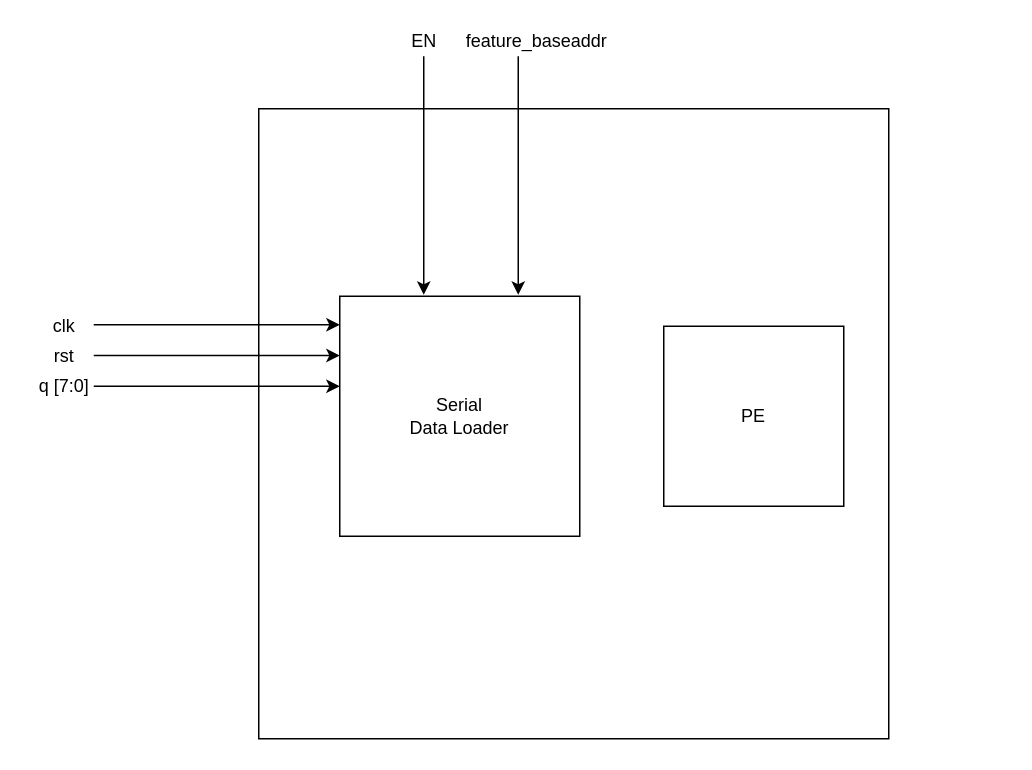
This is Untitled Diagram.drawio from sg05060/Test, a draw.io file, before an edit. Source tidied: cells renumbered, new cells numbered last; positions are measured from the earlier drawing's top-left corner, leaving out a move shared by most shapes. Both pictures are drawn from the tidied source at 150%, with x=0, y=0 at pixel (26, 26).
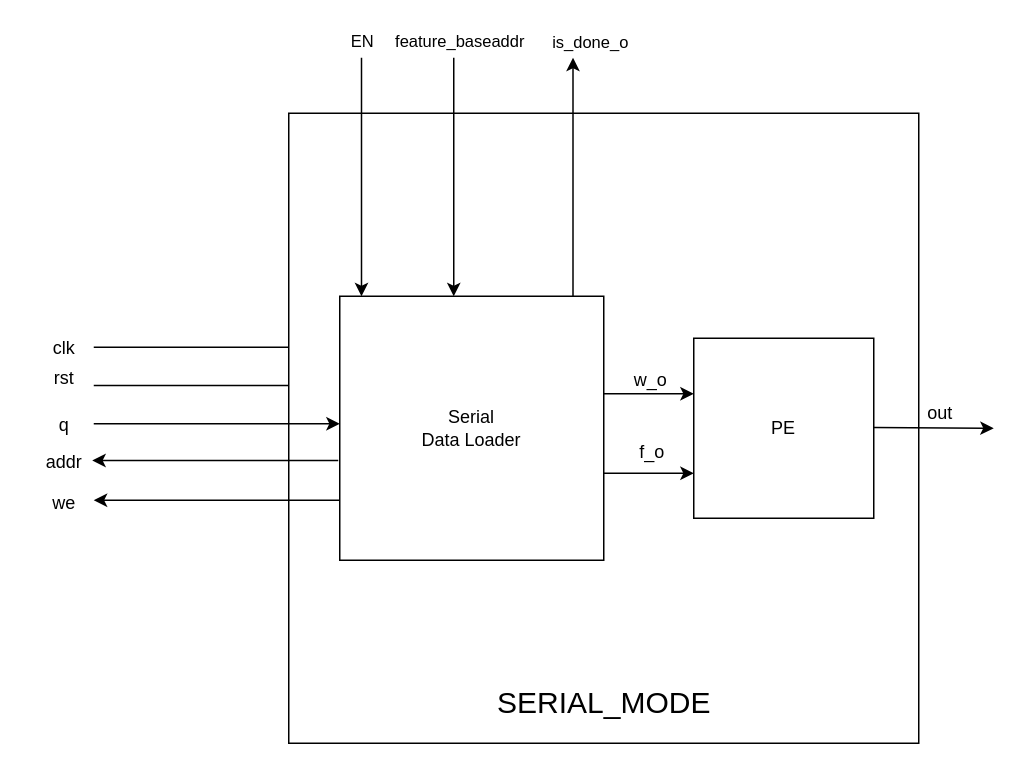
Above is the later version.

Diff of the diagram source:
```diff
@@
+    <mxCell id="11" style="endArrow=classic;html=1;rounded=0;fontSize=12;entryX=0;entryY=0.825;entryDx=0;entryDy=0;entryPerimeter=0;" parent="1" edge="1">
+      <mxGeometry relative="1" as="geometry">
+        <mxPoint x="45" y="239.5" as="sourcePoint" />
+        <mxPoint x="209" y="239.5" as="targetPoint" />
+      </mxGeometry>
+    </mxCell>
+    <mxCell id="10" style="endArrow=classic;html=1;rounded=0;fontSize=12;entryX=0;entryY=0.825;entryDx=0;entryDy=0;entryPerimeter=0;" parent="1" edge="1">
+      <mxGeometry relative="1" as="geometry">
+        <mxPoint x="45" y="214" as="sourcePoint" />
+        <mxPoint x="209" y="214" as="targetPoint" />
+      </mxGeometry>
+    </mxCell>
     <mxCell id="2" style="whiteSpace=wrap;html=1;" parent="1" vertex="1">
-      <mxGeometry x="155" y="55" width="420" height="420" as="geometry" />
+      <mxGeometry x="175" y="58" width="420" height="420" as="geometry" />
     </mxCell>
     <mxCell id="3" value="PE" style="whiteSpace=wrap;html=1;" parent="1" vertex="1">
-      <mxGeometry x="425" y="200" width="120" height="120" as="geometry" />
+      <mxGeometry x="445" y="208" width="120" height="120" as="geometry" />
     </mxCell>
     <mxCell id="4" value="Serial&lt;br&gt;Data Loader" style="whiteSpace=wrap;html=1;" parent="1" vertex="1">
-      <mxGeometry x="209" y="180" width="160" height="160" as="geometry" />
+      <mxGeometry x="209" y="180" width="176" height="176" as="geometry" />
     </mxCell>
-    <mxCell id="5" style="endArrow=classic;html=1;rounded=0;fontSize=12;entryX=0.35;entryY=-0.006;entryDx=0;entryDy=0;entryPerimeter=0;" parent="1" edge="1" target="4">
+    <mxCell id="5" style="endArrow=classic;html=1;rounded=0;fontSize=12;entryX=0.35;entryY=-0.006;entryDx=0;entryDy=0;entryPerimeter=0;" parent="1" edge="1">
       <mxGeometry relative="1" as="geometry">
-        <mxPoint x="265" y="20" as="sourcePoint" />
+        <mxPoint x="223.5" y="21" as="sourcePoint" />
+        <mxPoint x="223.5" y="180" as="targetPoint" />
       </mxGeometry>
     </mxCell>
     <mxCell id="6" style="endArrow=classic;html=1;rounded=0;fontSize=12;entryX=0;entryY=0.825;entryDx=0;entryDy=0;entryPerimeter=0;" parent="1" edge="1">
       <mxGeometry relative="1" as="geometry">
-        <mxPoint x="45" y="240" as="sourcePoint" />
-        <mxPoint x="209" y="240" as="targetPoint" />
+        <mxPoint x="45" y="265" as="sourcePoint" />
+        <mxPoint x="209" y="265" as="targetPoint" />
       </mxGeometry>
     </mxCell>
     <mxCell id="7" style="endArrow=classic;html=1;rounded=0;fontSize=12;entryX=0.35;entryY=-0.006;entryDx=0;entryDy=0;entryPerimeter=0;" parent="1" edge="1">
       <mxGeometry relative="1" as="geometry">
-        <mxPoint x="328" y="20" as="sourcePoint" />
-        <mxPoint x="328" y="179" as="targetPoint" />
+        <mxPoint x="285" y="21" as="sourcePoint" />
+        <mxPoint x="285" y="180" as="targetPoint" />
       </mxGeometry>
     </mxCell>
-    <mxCell id="8" value="EN" style="text;html=1;align=center;verticalAlign=middle;strokeColor=none;fillColor=none;fontSize=12;" parent="1" vertex="1">
-      <mxGeometry x="250" width="30" height="20" as="geometry" />
+    <mxCell id="8" value="&lt;font style=&quot;font-size: 11px;&quot;&gt;EN&lt;/font&gt;" style="text;html=1;align=center;verticalAlign=middle;strokeColor=none;fillColor=none;fontSize=12;" parent="1" vertex="1">
+      <mxGeometry x="209" width="30" height="20" as="geometry" />
     </mxCell>
-    <mxCell id="9" value="feature_baseaddr" style="text;html=1;align=center;verticalAlign=middle;strokeColor=none;fillColor=none;fontSize=12;" parent="1" vertex="1">
-      <mxGeometry x="285" width="110" height="20" as="geometry" />
+    <mxCell id="9" value="&lt;font style=&quot;font-size: 11px;&quot;&gt;feature_baseaddr&lt;/font&gt;" style="text;html=1;align=center;verticalAlign=middle;strokeColor=none;fillColor=none;fontSize=12;" parent="1" vertex="1">
+      <mxGeometry x="239" width="100" height="20" as="geometry" />
     </mxCell>
-    <mxCell id="10" style="endArrow=classic;html=1;rounded=0;fontSize=12;entryX=0;entryY=0.825;entryDx=0;entryDy=0;entryPerimeter=0;" parent="1" edge="1">
-      <mxGeometry relative="1" as="geometry">
-        <mxPoint x="45" y="199" as="sourcePoint" />
-        <mxPoint x="209" y="199" as="targetPoint" />
-      </mxGeometry>
-    </mxCell>
-    <mxCell id="11" style="endArrow=classic;html=1;rounded=0;fontSize=12;entryX=0;entryY=0.825;entryDx=0;entryDy=0;entryPerimeter=0;" parent="1" edge="1">
-      <mxGeometry relative="1" as="geometry">
-        <mxPoint x="45" y="219.5" as="sourcePoint" />
-        <mxPoint x="209" y="219.5" as="targetPoint" />
-      </mxGeometry>
-    </mxCell>
     <mxCell id="12" value="clk" style="text;html=1;align=center;verticalAlign=middle;strokeColor=none;fillColor=none;fontSize=12;" parent="1" vertex="1">
-      <mxGeometry x="10" y="190" width="30" height="20" as="geometry" />
+      <mxGeometry x="10" y="205" width="30" height="20" as="geometry" />
     </mxCell>
     <mxCell id="13" value="rst" style="text;html=1;align=center;verticalAlign=middle;strokeColor=none;fillColor=none;fontSize=12;" parent="1" vertex="1">
-      <mxGeometry x="10" y="210" width="30" height="20" as="geometry" />
+      <mxGeometry x="10" y="225" width="30" height="20" as="geometry" />
     </mxCell>
-    <mxCell id="14" value="q [7:0]" style="text;html=1;align=center;verticalAlign=middle;strokeColor=none;fillColor=none;fontSize=12;" parent="1" vertex="1">
-      <mxGeometry y="230" width="50" height="20" as="geometry" />
+    <mxCell id="14" value="q" style="text;html=1;align=center;verticalAlign=middle;strokeColor=none;fillColor=none;fontSize=12;" parent="1" vertex="1">
+      <mxGeometry x="15" y="256" width="20" height="20" as="geometry" />
     </mxCell>
+    <mxCell id="15" style="endArrow=classic;html=1;rounded=0;fontSize=12;entryX=0;entryY=0.825;entryDx=0;entryDy=0;entryPerimeter=0;" parent="1" edge="1">
+      <mxGeometry relative="1" as="geometry">
+        <mxPoint x="208" y="289.5" as="sourcePoint" />
+        <mxPoint x="44" y="289.5" as="targetPoint" />
+      </mxGeometry>
+    </mxCell>
+    <mxCell id="16" style="endArrow=classic;html=1;rounded=0;fontSize=12;entryX=0;entryY=0.825;entryDx=0;entryDy=0;entryPerimeter=0;" parent="1" edge="1">
+      <mxGeometry relative="1" as="geometry">
+        <mxPoint x="209" y="316" as="sourcePoint" />
+        <mxPoint x="45" y="316" as="targetPoint" />
+      </mxGeometry>
+    </mxCell>
+    <mxCell id="17" value="addr" style="text;html=1;align=center;verticalAlign=middle;strokeColor=none;fillColor=none;fontSize=12;" parent="1" vertex="1">
+      <mxGeometry x="5" y="281" width="40" height="20" as="geometry" />
+    </mxCell>
+    <mxCell id="18" value="we" style="text;html=1;align=center;verticalAlign=middle;strokeColor=none;fillColor=none;fontSize=12;" parent="1" vertex="1">
+      <mxGeometry x="10" y="308" width="30" height="20" as="geometry" />
+    </mxCell>
+    <mxCell id="19" style="endArrow=classic;html=1;rounded=0;fontSize=12;entryX=0.35;entryY=-0.006;entryDx=0;entryDy=0;entryPerimeter=0;" parent="1" edge="1">
+      <mxGeometry relative="1" as="geometry">
+        <mxPoint x="364.5" y="180" as="sourcePoint" />
+        <mxPoint x="364.5" y="21" as="targetPoint" />
+      </mxGeometry>
+    </mxCell>
+    <mxCell id="20" value="is_done_o" style="edgeLabel;html=1;align=center;verticalAlign=middle;fontSize=11;" parent="19" vertex="1">
+      <mxGeometry x="0.7" y="2" relative="1" as="geometry">
+        <mxPoint x="13" y="-35" as="offset" />
+      </mxGeometry>
+    </mxCell>
+    <mxCell id="21" style="endArrow=classic;html=1;rounded=0;fontSize=11;entryX=0;entryY=0.75;entryDx=0;entryDy=0;" parent="1" edge="1" target="3">
+      <mxGeometry relative="1" as="geometry">
+        <mxPoint x="385" y="298" as="sourcePoint" />
+      </mxGeometry>
+    </mxCell>
+    <mxCell id="22" style="endArrow=classic;html=1;rounded=0;fontSize=11;entryX=0;entryY=0.75;entryDx=0;entryDy=0;" parent="1" edge="1">
+      <mxGeometry relative="1" as="geometry">
+        <mxPoint x="385" y="245" as="sourcePoint" />
+        <mxPoint x="445" y="245" as="targetPoint" />
+      </mxGeometry>
+    </mxCell>
+    <mxCell id="23" value="w_o" style="edgeLabel;html=1;align=center;verticalAlign=middle;fontSize=12;" parent="22" vertex="1">
+      <mxGeometry x="0.33" y="1" relative="1" as="geometry">
+        <mxPoint x="-10" y="-9" as="offset" />
+      </mxGeometry>
+    </mxCell>
+    <mxCell id="24" value="&lt;font style=&quot;font-size: 12px;&quot;&gt;f_o&lt;/font&gt;" style="edgeLabel;html=1;align=center;verticalAlign=middle;fontSize=11;" parent="1" vertex="1">
+      <mxGeometry x="435" y="291" as="geometry">
+        <mxPoint x="-19" y="-8" as="offset" />
+      </mxGeometry>
+    </mxCell>
+    <mxCell id="25" style="endArrow=classic;html=1;rounded=0;fontSize=11;" parent="1" edge="1">
+      <mxGeometry relative="1" as="geometry">
+        <mxPoint x="565" y="267.5" as="sourcePoint" />
+        <mxPoint x="645" y="268" as="targetPoint" />
+      </mxGeometry>
+    </mxCell>
+    <mxCell id="26" value="out" style="edgeLabel;html=1;align=center;verticalAlign=middle;fontSize=12;" parent="25" vertex="1">
+      <mxGeometry x="0.33" y="1" relative="1" as="geometry">
+        <mxPoint x="-10" y="-9" as="offset" />
+      </mxGeometry>
+    </mxCell>
+    <mxCell id="27" value="&lt;font style=&quot;font-size: 20px;&quot;&gt;SERIAL_MODE&lt;/font&gt;" style="text;html=1;align=center;verticalAlign=middle;strokeColor=none;fillColor=none;fontSize=12;" parent="1" vertex="1">
+      <mxGeometry x="305" y="440" width="160" height="20" as="geometry" />
+    </mxCell>
```
